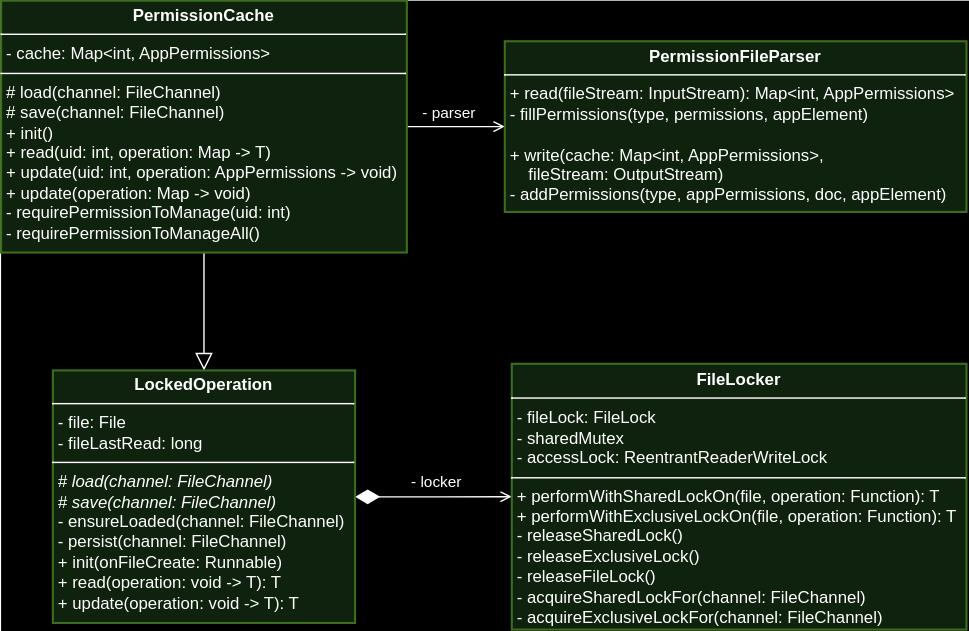
The draw.io diagram images/components/state-persistence.svg in alberto-lazari/masters-thesis, before a commit. Source tidied: cells renumbered, new cells last; positions are measured from the earlier drawing's top-left corner, leaving out a move shared by most shapes.
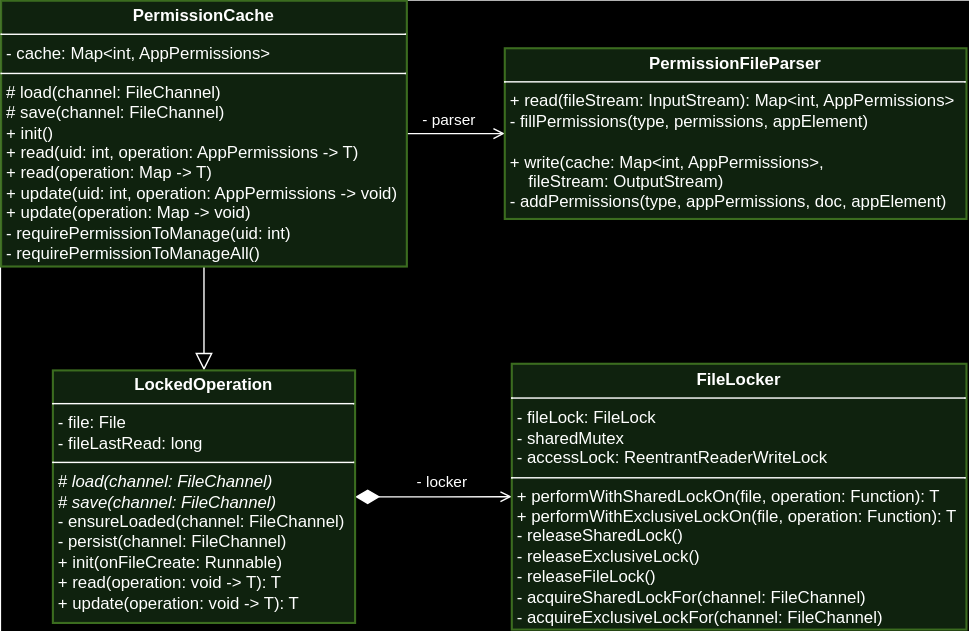
The same diagram one commit later.

Change to the diagram source:
```diff
@@ -8,11 +8,11 @@
     <mxCell id="3" value="- parser" style="edgeStyle=orthogonalEdgeStyle;rounded=0;jettySize=auto;html=1;endArrow=open;endFill=0;" parent="1" edge="1" source="4" target="5">
       <mxGeometry x="-0.14" y="10" relative="1" as="geometry" />
     </mxCell>
-    <mxCell id="4" value="&lt;p style=&quot;margin:0px;margin-top:4px;text-align:center;&quot;&gt;&lt;b&gt;PermissionCache&lt;/b&gt;&lt;/p&gt;&lt;hr size=&quot;1&quot; style=&quot;border-style:solid;&quot;&gt;&lt;p style=&quot;margin:0px;margin-left:4px;&quot;&gt;- cache: Map&amp;lt;int, AppPermissions&amp;gt;&lt;br&gt;&lt;/p&gt;&lt;hr size=&quot;1&quot; style=&quot;border-style:solid;&quot;&gt;&lt;p style=&quot;margin:0px;margin-left:4px;&quot;&gt;# load(channel: FileChannel)&lt;/p&gt;&lt;p style=&quot;margin:0px;margin-left:4px;&quot;&gt;# save(channel: FileChannel)&lt;br&gt;&lt;/p&gt;&lt;p style=&quot;margin:0px;margin-left:4px;&quot;&gt;+ init()&lt;/p&gt;&lt;p style=&quot;margin:0px;margin-left:4px;&quot;&gt;+ read(uid: int, operation: Map -&amp;gt; T)&lt;/p&gt;&lt;p style=&quot;margin:0px;margin-left:4px;&quot;&gt;+ update(uid: int, operation: AppPermissions -&amp;gt; void)&lt;/p&gt;&lt;p style=&quot;margin:0px;margin-left:4px;&quot;&gt;+ update(operation: Map -&amp;gt; void)&lt;br&gt;&lt;/p&gt;&lt;p style=&quot;margin:0px;margin-left:4px;&quot;&gt;- requirePermissionToManage(uid: int)&lt;/p&gt;&lt;p style=&quot;margin:0px;margin-left:4px;&quot;&gt;- requirePermissionToManageAll()&lt;br&gt;&lt;/p&gt;&lt;p style=&quot;margin:0px;margin-left:4px;&quot;&gt;&lt;span style=&quot;caret-color: rgba(0, 0, 0, 0); color: rgba(0, 0, 0, 0); font-family: monospace; font-size: 0px; white-space: nowrap;&quot;&gt;%3CmxGraphModel%3E%3Croot%3E%3CmxCell%20id%3D%220%22%2F%3E%3CmxCell%20id%3D%221%22%20parent%3D%220%22%2F%3E%3CmxCell%20id%3D%222%22%20value%3D%22%26lt%3Bp%20style%3D%26quot%3Bmargin%3A0px%3Bmargin-top%3A4px%3Btext-align%3Acenter%3B%26quot%3B%26gt%3B%26lt%3Bb%26gt%3BPermissionManagerServiceImpl%26lt%3B%2Fb%26gt%3B%26lt%3B%2Fp%26gt%3B%26lt%3Bhr%20size%3D%26quot%3B1%26quot%3B%20style%3D%26quot%3Bborder-style%3Asolid%3B%26quot%3B%26gt%3B%26lt%3Bp%20style%3D%26quot%3Bmargin%3A0px%3Bmargin-left%3A4px%3B%26quot%3B%26gt%3B%26lt%3Bbr%26gt%3B%26lt%3B%2Fp%26gt%3B%26lt%3Bhr%20size%3D%26quot%3B1%26quot%3B%20style%3D%26quot%3Bborder-style%3Asolid%3B%26quot%3B%26gt%3B%26lt%3Bp%20style%3D%26quot%3Bmargin%3A0px%3Bmargin-left%3A4px%3B%26quot%3B%26gt%3B%2B%20restorePermissionState()%26lt%3B%2Fp%26gt%3B%22%20style%3D%22verticalAlign%3Dtop%3Balign%3Dleft%3Boverflow%3Dfill%3Bhtml%3D1%3BwhiteSpace%3Dwrap%3B%22%20vertex%3D%221%22%20parent%3D%221%22%3E%3CmxGeometry%20x%3D%22460%22%20y%3D%22305%22%20width%3D%22200%22%20height%3D%2290%22%20as%3D%22geometry%22%2F%3E%3C%2FmxCell%3E%3C%2Froot%3E%3C%2FmxGraphModel%&lt;/span&gt;&lt;/p&gt;" style="verticalAlign=top;align=left;overflow=fill;html=1;whiteSpace=wrap;strokeWidth=1.5;comic=0;strokeColor=#82b366;fillColor=#d5e8d4;" parent="1" vertex="1">
-      <mxGeometry width="290" height="180" as="geometry" />
+    <mxCell id="4" value="&lt;p style=&quot;margin:0px;margin-top:4px;text-align:center;&quot;&gt;&lt;b&gt;PermissionCache&lt;/b&gt;&lt;/p&gt;&lt;hr size=&quot;1&quot; style=&quot;border-style:solid;&quot;&gt;&lt;p style=&quot;margin:0px;margin-left:4px;&quot;&gt;- cache: Map&amp;lt;int, AppPermissions&amp;gt;&lt;br&gt;&lt;/p&gt;&lt;hr size=&quot;1&quot; style=&quot;border-style:solid;&quot;&gt;&lt;p style=&quot;margin:0px;margin-left:4px;&quot;&gt;# load(channel: FileChannel)&lt;/p&gt;&lt;p style=&quot;margin:0px;margin-left:4px;&quot;&gt;# save(channel: FileChannel)&lt;br&gt;&lt;/p&gt;&lt;p style=&quot;margin:0px;margin-left:4px;&quot;&gt;+ init()&lt;/p&gt;&lt;p style=&quot;margin:0px;margin-left:4px;&quot;&gt;+ read(uid: int, operation: AppPermissions -&amp;gt; T)&lt;/p&gt;&lt;p style=&quot;margin:0px;margin-left:4px;&quot;&gt;+ read(operation: Map -&amp;gt; T)&lt;br&gt;&lt;/p&gt;&lt;p style=&quot;margin:0px;margin-left:4px;&quot;&gt;+ update(uid: int, operation: AppPermissions -&amp;gt; void)&lt;/p&gt;&lt;p style=&quot;margin:0px;margin-left:4px;&quot;&gt;+ update(operation: Map -&amp;gt; void)&lt;br&gt;&lt;/p&gt;&lt;p style=&quot;margin:0px;margin-left:4px;&quot;&gt;- requirePermissionToManage(uid: int)&lt;/p&gt;&lt;p style=&quot;margin:0px;margin-left:4px;&quot;&gt;- requirePermissionToManageAll()&lt;br&gt;&lt;/p&gt;&lt;p style=&quot;margin:0px;margin-left:4px;&quot;&gt;&lt;span style=&quot;caret-color: rgba(0, 0, 0, 0); color: rgba(0, 0, 0, 0); font-family: monospace; font-size: 0px; white-space: nowrap;&quot;&gt;%3CmxGraphModel%3E%3Croot%3E%3CmxCell%20id%3D%220%22%2F%3E%3CmxCell%20id%3D%221%22%20parent%3D%220%22%2F%3E%3CmxCell%20id%3D%222%22%20value%3D%22%26lt%3Bp%20style%3D%26quot%3Bmargin%3A0px%3Bmargin-top%3A4px%3Btext-align%3Acenter%3B%26quot%3B%26gt%3B%26lt%3Bb%26gt%3BPermissionManagerServiceImpl%26lt%3B%2Fb%26gt%3B%26lt%3B%2Fp%26gt%3B%26lt%3Bhr%20size%3D%26quot%3B1%26quot%3B%20style%3D%26quot%3Bborder-style%3Asolid%3B%26quot%3B%26gt%3B%26lt%3Bp%20style%3D%26quot%3Bmargin%3A0px%3Bmargin-left%3A4px%3B%26quot%3B%26gt%3B%26lt%3Bbr%26gt%3B%26lt%3B%2Fp%26gt%3B%26lt%3Bhr%20size%3D%26quot%3B1%26quot%3B%20style%3D%26quot%3Bborder-style%3Asolid%3B%26quot%3B%26gt%3B%26lt%3Bp%20style%3D%26quot%3Bmargin%3A0px%3Bmargin-left%3A4px%3B%26quot%3B%26gt%3B%2B%20restorePermissionState()%26lt%3B%2Fp%26gt%3B%22%20style%3D%22verticalAlign%3Dtop%3Balign%3Dleft%3Boverflow%3Dfill%3Bhtml%3D1%3BwhiteSpace%3Dwrap%3B%22%20vertex%3D%221%22%20parent%3D%221%22%3E%3CmxGeometry%20x%3D%22460%22%20y%3D%22305%22%20width%3D%22200%22%20height%3D%2290%22%20as%3D%22geometry%22%2F%3E%3C%2FmxCell%3E%3C%2Froot%3E%3C%2FmxGraphModel%&lt;/span&gt;&lt;/p&gt;" style="verticalAlign=top;align=left;overflow=fill;html=1;whiteSpace=wrap;strokeWidth=1.5;comic=0;strokeColor=#82b366;fillColor=#d5e8d4;" parent="1" vertex="1">
+      <mxGeometry width="290" height="190" as="geometry" />
     </mxCell>
     <mxCell id="5" value="&lt;p style=&quot;margin:0px;margin-top:4px;text-align:center;&quot;&gt;&lt;b&gt;PermissionFileParser&lt;/b&gt;&lt;/p&gt;&lt;hr size=&quot;1&quot; style=&quot;border-style:solid;&quot;&gt;&lt;p style=&quot;margin:0px;margin-left:4px;&quot;&gt;+ read(fileStream: InputStream): Map&amp;lt;int, AppPermissions&amp;gt;&lt;/p&gt;&lt;p style=&quot;margin:0px;margin-left:4px;&quot;&gt;- fillPermissions(type, permissions, appElement)&lt;/p&gt;&lt;p style=&quot;margin:0px;margin-left:4px;&quot;&gt;&lt;br&gt;&lt;/p&gt;&lt;p style=&quot;margin:0px;margin-left:4px;&quot;&gt;+ write(cache: Map&amp;lt;int, AppPermissions&amp;gt;,&lt;/p&gt;&lt;p style=&quot;margin:0px;margin-left:4px;&quot;&gt;&amp;nbsp; &amp;nbsp; fileStream: OutputStream)&lt;/p&gt;&lt;p style=&quot;margin:0px;margin-left:4px;&quot;&gt;- addPermissions(type, appPermissions, doc, appElement)&lt;/p&gt;&lt;p style=&quot;margin:0px;margin-left:4px;&quot;&gt;&lt;span style=&quot;caret-color: rgba(0, 0, 0, 0); color: rgba(0, 0, 0, 0); font-family: monospace; font-size: 0px; white-space: nowrap;&quot;&gt;%3CmxGraphModel%3E%3Croot%3E%3CmxCell%20id%3D%220%22%2F%3E%3CmxCell%20id%3D%221%22%20parent%3D%220%22%2F%3E%3CmxCell%20id%3D%222%22%20value%3D%22%26lt%3Bp%20style%3D%26quot%3Bmargin%3A0px%3Bmargin-top%3A4px%3Btext-align%3Acenter%3B%26quot%3B%26gt%3B%26lt%3Bb%26gt%3BPermissionManagerServiceImpl%26lt%3B%2Fb%26gt%3B%26lt%3B%2Fp%26gt%3B%26lt%3Bhr%20size%3D%26quot%3B1%26quot%3B%20style%3D%26quot%3Bborder-style%3Asolid%3B%26quot%3B%26gt%3B%26lt%3Bp%20style%3D%26quot%3Bmargin%3A0px%3Bmargin-left%3A4px%3B%26quot%3B%26gt%3B%26lt%3Bbr%26gt%3B%26lt%3B%2Fp%26gt%3B%26lt%3Bhr%20size%3D%26quot%3B1%26quot%3B%20style%3D%26quot%3Bborder-style%3Asolid%3B%26quot%3B%26gt%3B%26lt%3Bp%20style%3D%26quot%3Bmargin%3A0px%3Bmargin-left%3A4px%3B%26quot%3B%26gt%3B%2B%20restorePermissionState()%26lt%3B%2Fp%26gt%3B%22%20style%3D%22verticalAlign%3Dtop%3Balign%3Dleft%3Boverflow%3Dfill%3Bhtml%3D1%3BwhiteSpace%3Dwrap%3B%22%20vertex%3D%221%22%20parent%3D%221%22%3E%3CmxGeometry%20x%3D%22460%22%20y%3D%22305%22%20width%3D%22200%22%20height%3D%2290%22%20as%3D%22geometry%22%2F%3E%3C%2FmxCell%3E%3C%2Froot%3E%3C%2FmxGraphModel%&lt;/span&gt;&lt;/p&gt;" style="verticalAlign=top;align=left;overflow=fill;html=1;whiteSpace=wrap;strokeWidth=1.5;comic=0;strokeColor=#82b366;fillColor=#d5e8d4;" parent="1" vertex="1">
-      <mxGeometry x="360" y="29" width="330" height="122" as="geometry" />
+      <mxGeometry x="360" y="34" width="330" height="122" as="geometry" />
     </mxCell>
     <mxCell id="6" style="edgeStyle=orthogonalEdgeStyle;rounded=0;jettySize=auto;html=1;endArrow=open;endFill=0;startArrow=diamondThin;startFill=1;startSize=15;" parent="1" edge="1" source="8" target="9">
       <mxGeometry x="-0.11" y="16" relative="1" as="geometry">
```
